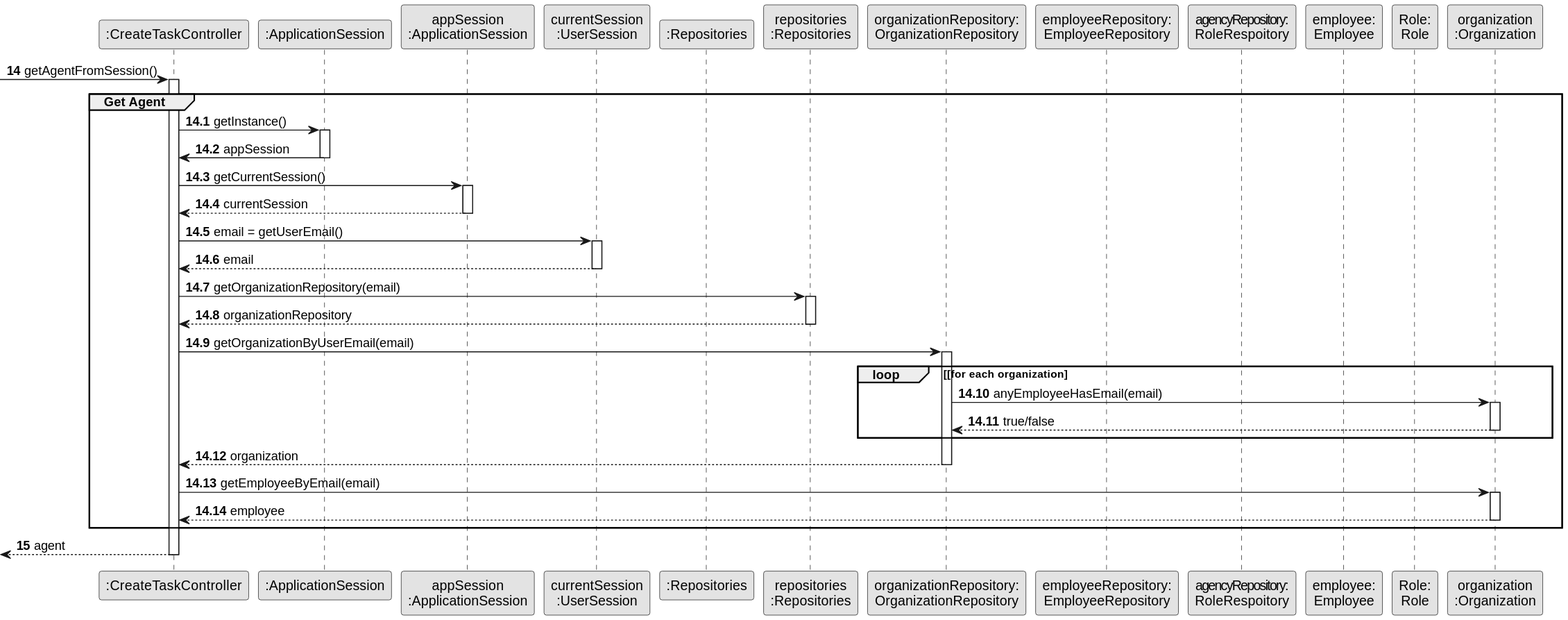
The PlantUML diagram docs/Sprint-D/US002/03.design/svg/us002-sequence-diagram-partial-get-agent.svg in Rodrick0209/ISEP-LAPR2-22-23, before a commit.
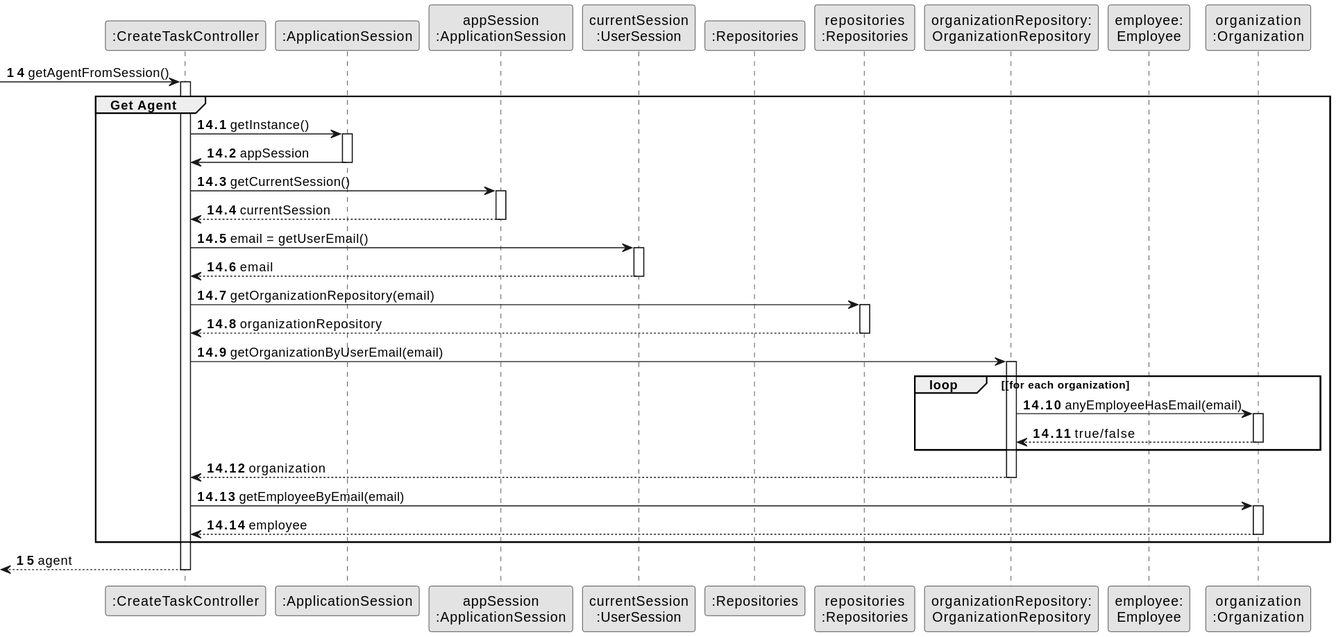
After the commit.

The edit, as a diff of the source:
```diff
@@ -12,10 +12,7 @@
 participant ":Repositories" as RepositorySingleton
 participant "repositories\n:Repositories" as PLAT
 participant "organizationRepository:\nOrganizationRepository" as OrganizationRepository
-participant "employeeRepository:\nEmployeeRepository" as EmployeeRepository
-participant "roleRepository:\nRoleRespoitory" as RoleRepository
 participant "employee:\nEmployee" as EMP
-participant "Role:\nRole" as Role
 participant "organization\n:Organization" as ORG
 
 autonumber 14
```
